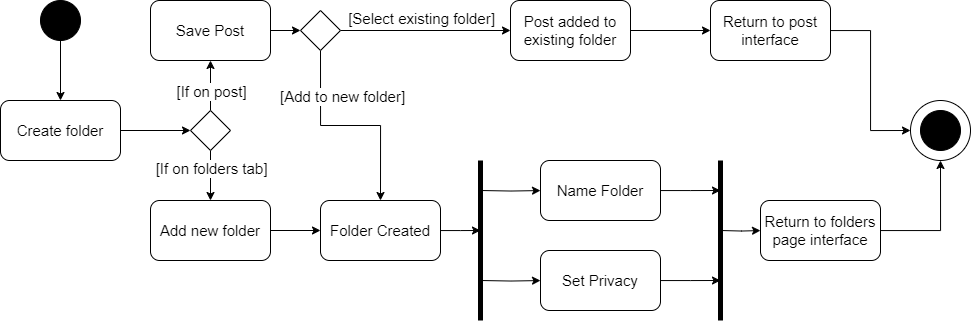
Above: Images/ActivityDiagram2.png in software-students-fall2024/1-specification-the-book-of-amos (draw.io), before the change. Source tidied: cells renumbered, new cells last; positions are measured from the earlier drawing's top-left corner, leaving out a move shared by most shapes.
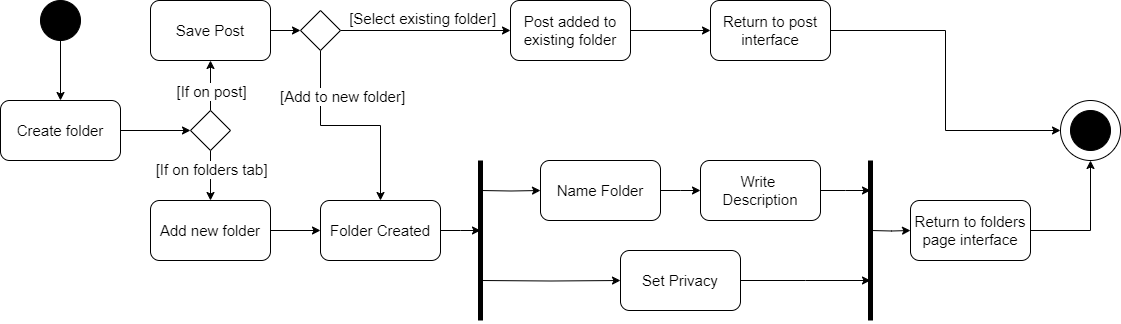
After the change.

Commit message:
Changed UML Activity Diagram 2

The edit, as a diff of the source:
```diff
@@ -3,7 +3,7 @@
     <mxCell id="0" />
     <mxCell id="1" parent="0" />
     <mxCell id="2" style="ellipse;whiteSpace=wrap;html=1;" parent="1" vertex="1">
-      <mxGeometry x="910" y="100" width="60" height="60" as="geometry" />
+      <mxGeometry x="1060" y="100" width="60" height="60" as="geometry" />
     </mxCell>
     <mxCell id="3" style="edgeStyle=orthogonalEdgeStyle;rounded=0;jettySize=auto;html=1;exitX=0.5;exitY=1;exitDx=0;exitDy=0;entryX=0.5;entryY=0;entryDx=0;entryDy=0;" parent="1" edge="1" source="4" target="6">
       <mxGeometry relative="1" as="geometry" />
@@ -92,7 +92,7 @@
     </mxCell>
     <mxCell id="27" style="edgeStyle=orthogonalEdgeStyle;rounded=0;jettySize=auto;html=1;" parent="1" edge="1" source="28">
       <mxGeometry relative="1" as="geometry">
-        <mxPoint x="720" y="190" as="targetPoint" />
+        <mxPoint x="700" y="190" as="targetPoint" />
       </mxGeometry>
     </mxCell>
     <mxCell id="28" value="&lt;font style=&quot;font-size: 15px;&quot;&gt;Name Folder&lt;/font&gt;" style="rounded=1;whiteSpace=wrap;html=1;" parent="1" vertex="1">
@@ -103,18 +103,18 @@
         <mxPoint x="480" y="280" as="sourcePoint" />
       </mxGeometry>
     </mxCell>
-    <mxCell id="30" style="edgeStyle=orthogonalEdgeStyle;rounded=0;jettySize=auto;html=1;" parent="1" edge="1" source="31">
-      <mxGeometry relative="1" as="geometry">
-        <mxPoint x="720" y="280" as="targetPoint" />
-      </mxGeometry>
-    </mxCell>
+    <mxCell id="39" style="edgeStyle=orthogonalEdgeStyle;rounded=0;jettySize=auto;html=1;" parent="1" edge="1" source="31">
+      <mxGeometry relative="1" as="geometry">
+        <mxPoint x="870" y="280" as="targetPoint" />
+      </mxGeometry>
+    </mxCell>
     <mxCell id="31" value="&lt;font style=&quot;font-size: 15px;&quot;&gt;Set Privacy&lt;/font&gt;" style="rounded=1;whiteSpace=wrap;html=1;" parent="1" vertex="1">
-      <mxGeometry x="540" y="250" width="120" height="60" as="geometry" />
+      <mxGeometry x="620" y="250" width="120" height="60" as="geometry" />
     </mxCell>
     <mxCell id="32" style="endArrow=none;html=1;rounded=0;strokeWidth=5;" parent="1" edge="1">
       <mxGeometry relative="1" as="geometry">
-        <mxPoint x="720" y="320" as="sourcePoint" />
-        <mxPoint x="720" y="160" as="targetPoint" />
+        <mxPoint x="870" y="320" as="sourcePoint" />
+        <mxPoint x="870" y="160" as="targetPoint" />
       </mxGeometry>
     </mxCell>
     <mxCell id="33" style="edgeStyle=orthogonalEdgeStyle;rounded=0;jettySize=auto;html=1;entryX=0;entryY=0.5;entryDx=0;entryDy=0;" parent="1" edge="1" source="34" target="2">
@@ -124,18 +124,26 @@
       <mxGeometry x="710" width="120" height="60" as="geometry" />
     </mxCell>
     <mxCell id="35" style="ellipse;whiteSpace=wrap;html=1;fillColor=#000000;" parent="1" vertex="1">
-      <mxGeometry x="920" y="110" width="40" height="40" as="geometry" />
+      <mxGeometry x="1070" y="110" width="40" height="40" as="geometry" />
     </mxCell>
     <mxCell id="36" style="edgeStyle=orthogonalEdgeStyle;rounded=0;jettySize=auto;html=1;entryX=0.5;entryY=1;entryDx=0;entryDy=0;" parent="1" edge="1" source="38" target="2">
       <mxGeometry relative="1" as="geometry" />
     </mxCell>
     <mxCell id="37" style="edgeStyle=orthogonalEdgeStyle;rounded=0;jettySize=auto;html=1;" parent="1" edge="1" target="38">
       <mxGeometry relative="1" as="geometry">
-        <mxPoint x="720" y="230" as="sourcePoint" />
+        <mxPoint x="870" y="230" as="sourcePoint" />
       </mxGeometry>
     </mxCell>
     <mxCell id="38" value="&lt;span style=&quot;font-size: 15px;&quot;&gt;Return to folders page interface&lt;/span&gt;" style="rounded=1;whiteSpace=wrap;html=1;" parent="1" vertex="1">
-      <mxGeometry x="760" y="200" width="120" height="60" as="geometry" />
+      <mxGeometry x="910" y="200" width="120" height="60" as="geometry" />
     </mxCell>
+    <mxCell id="40" style="edgeStyle=orthogonalEdgeStyle;rounded=0;jettySize=auto;html=1;" parent="1" edge="1" source="41">
+      <mxGeometry relative="1" as="geometry">
+        <mxPoint x="870" y="190" as="targetPoint" />
+      </mxGeometry>
+    </mxCell>
+    <mxCell id="41" value="&lt;span style=&quot;font-size: 15px;&quot;&gt;Write&amp;nbsp;&lt;/span&gt;&lt;div&gt;&lt;span style=&quot;font-size: 15px;&quot;&gt;Description&lt;/span&gt;&lt;/div&gt;" style="rounded=1;whiteSpace=wrap;html=1;" parent="1" vertex="1">
+      <mxGeometry x="700" y="160" width="120" height="60" as="geometry" />
+    </mxCell>
   </root>
 </mxGraphModel>
```
